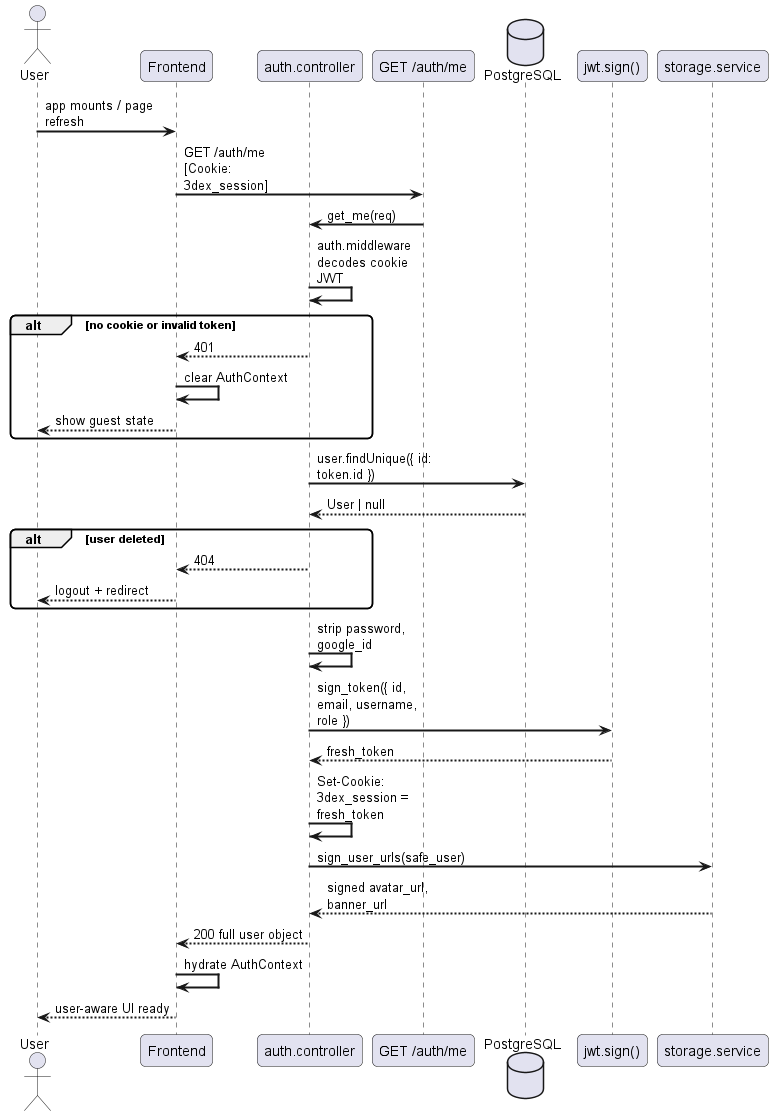
Before: docs/diagrams/exports/sequence/auth/sequence_session_hydration.png, a diagram exported from PlantUML (Schryzon/3Dex).
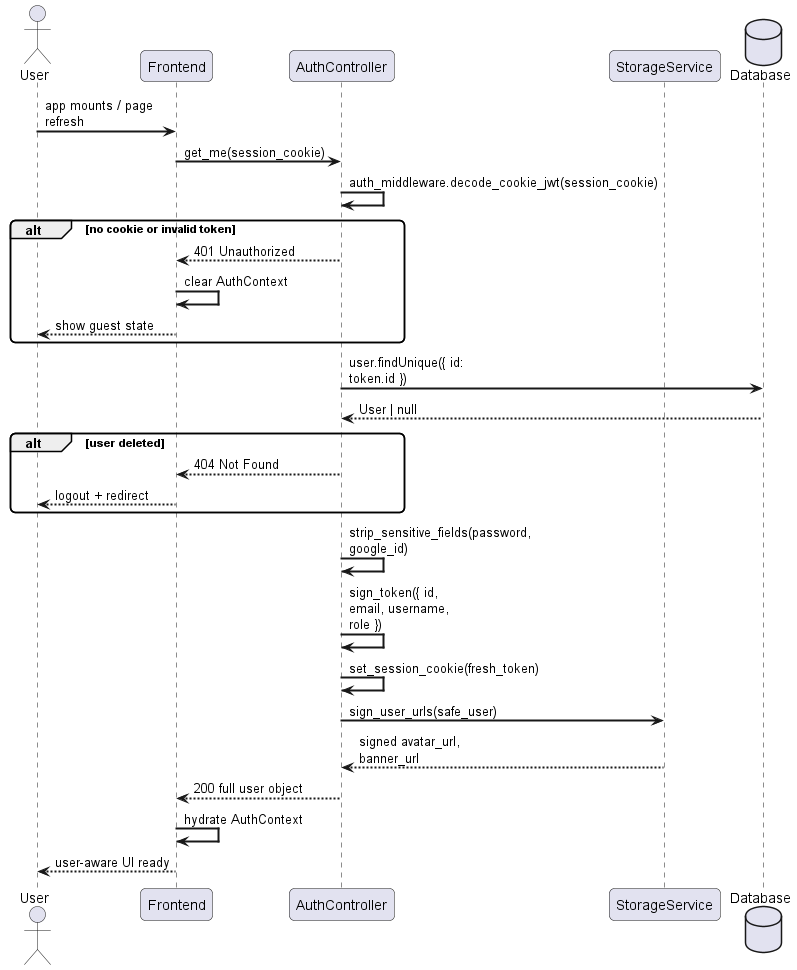
Later version of the same file.

Diff of the diagram source:
```diff
@@ -5,31 +5,27 @@
 
 actor "User" as U
 participant "Frontend" as FE
-participant "auth.controller" as AC
-participant "GET /auth/me" as ME
-database "PostgreSQL" as DB
-participant "jwt.sign()" as JWT
-participant "storage.service" as SS
+participant "AuthController" as AC
+participant "StorageService" as SS
+database "Database" as DB
 
 U -> FE : app mounts / page refresh
-FE -> ME : GET /auth/me\n[Cookie: 3dex_session]
-ME -> AC : get_me(req)
-AC -> AC : auth.middleware decodes cookie JWT
+FE -> AC : get_me(session_cookie)
+AC -> AC : auth_middleware.decode_cookie_jwt(session_cookie)
 alt no cookie or invalid token
-    AC --> FE : 401
+    AC --> FE : 401 Unauthorized
     FE -> FE : clear AuthContext
     FE --> U : show guest state
 end
 AC -> DB : user.findUnique({ id: token.id })
 DB --> AC : User | null
 alt user deleted
-    AC --> FE : 404
+    AC --> FE : 404 Not Found
     FE --> U : logout + redirect
 end
-AC -> AC : strip password, google_id
-AC -> JWT : sign_token({ id, email, username, role })
-JWT --> AC : fresh_token
-AC -> AC : Set-Cookie: 3dex_session = fresh_token
+AC -> AC : strip_sensitive_fields(password, google_id)
+AC -> AC : sign_token({ id, email, username, role })
+AC -> AC : set_session_cookie(fresh_token)
 AC -> SS : sign_user_urls(safe_user)
 SS --> AC : signed avatar_url, banner_url
 AC --> FE : 200 full user object
```
